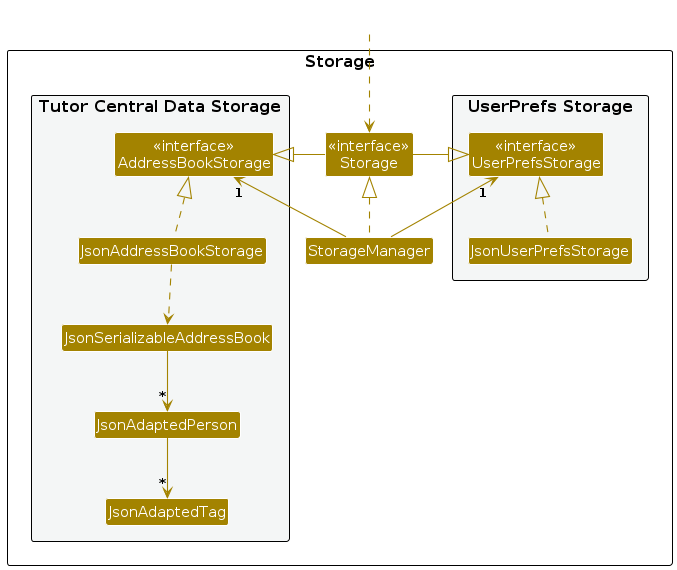
This is diagrams/StorageClassDiagram.png from AY2526S2-CS2103T-T09-2/tp, a PlantUML export, as it was before one commit. Its source is kept beside it as diagrams/StorageClassDiagram.puml.
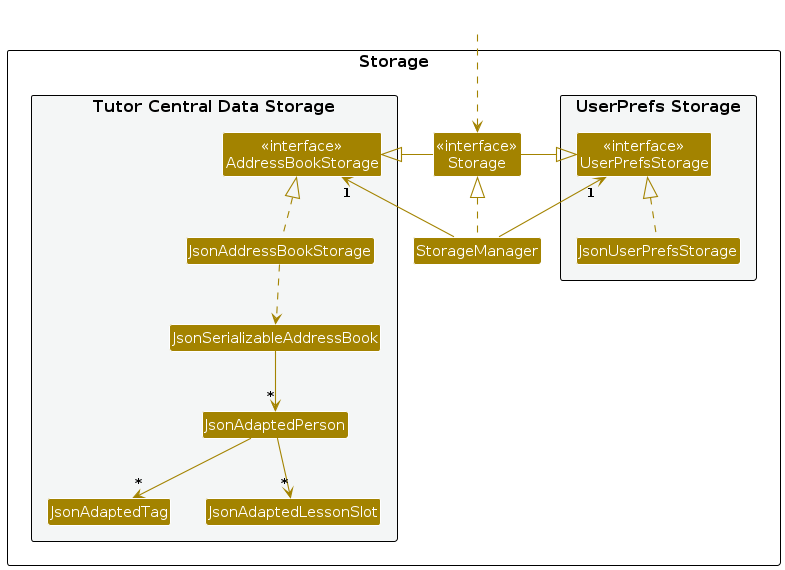
Above is the later version.

Diff of the diagram source:
```diff
@@ -20,6 +20,7 @@
 Class JsonSerializableAddressBook
 Class JsonAdaptedPerson
 Class JsonAdaptedTag
+Class JsonAdaptedLessonSlot
 }
 
 }
@@ -39,5 +40,6 @@
 JsonAddressBookStorage ..> JsonSerializableAddressBook
 JsonSerializableAddressBook --> "*" JsonAdaptedPerson
 JsonAdaptedPerson --> "*" JsonAdaptedTag
+JsonAdaptedPerson --> "*" JsonAdaptedLessonSlot
 
 @enduml
```
